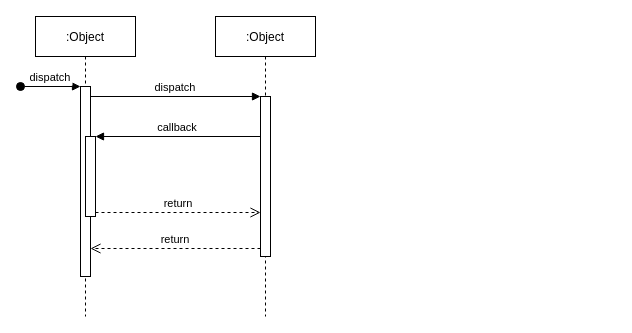
Above: 文件发送时序图.drawio in lizhanxu/document (draw.io), before the change. Source tidied: cells renumbered, new cells numbered last; positions are measured from the earlier drawing's top-left corner, leaving out a move shared by most shapes. Both pictures are drawn from the tidied source at 100%, with x=0, y=0 at pixel (20, 16).
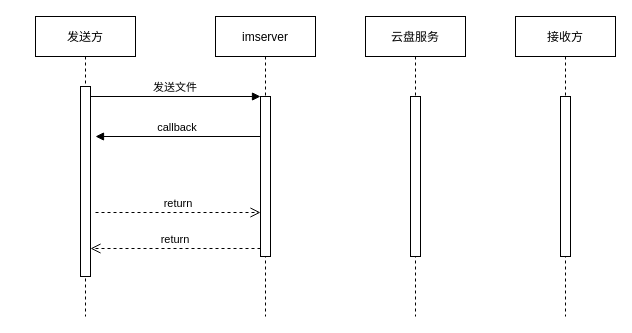
The same diagram, later.

Commit message:
更新文件发送时序图.drawio

Diff of the diagram source:
```diff
@@
 <mxGraphModel>
   <root>
     <mxCell id="0" />
     <mxCell id="1" parent="0" />
-    <mxCell id="2" value=":Object" style="shape=umlLifeline;perimeter=lifelinePerimeter;rounded=0;shadow=0;strokeWidth=1;" parent="1" vertex="1">
+    <mxCell id="2" value="发送方" style="shape=umlLifeline;perimeter=lifelinePerimeter;rounded=0;shadow=0;strokeWidth=1;" parent="1" vertex="1">
       <mxGeometry x="15" width="100" height="300" as="geometry" />
     </mxCell>
-    <mxCell id="3" style="points=[];perimeter=orthogonalPerimeter;rounded=0;shadow=0;strokeWidth=1;" parent="2" vertex="1">
+    <mxCell id="3" style="points=[];perimeter=orthogonalPerimeter;rounded=0;shadow=0;strokeWidth=1;strokeColor=default;" parent="2" vertex="1">
       <mxGeometry x="45" y="70" width="10" height="190" as="geometry" />
     </mxCell>
-    <mxCell id="4" value="dispatch" style="verticalAlign=bottom;startArrow=oval;endArrow=block;startSize=8;shadow=0;strokeWidth=1;" parent="2" edge="1" target="3">
-      <mxGeometry relative="1" as="geometry">
-        <mxPoint x="-15" y="70" as="sourcePoint" />
-      </mxGeometry>
-    </mxCell>
-    <mxCell id="5" style="points=[];perimeter=orthogonalPerimeter;rounded=0;shadow=0;strokeWidth=1;" parent="2" vertex="1">
-      <mxGeometry x="50" y="120" width="10" height="80" as="geometry" />
-    </mxCell>
-    <mxCell id="6" value=":Object" style="shape=umlLifeline;perimeter=lifelinePerimeter;rounded=0;shadow=0;strokeWidth=1;" parent="1" vertex="1">
+    <mxCell id="6" value="imserver" style="shape=umlLifeline;perimeter=lifelinePerimeter;rounded=0;shadow=0;strokeWidth=1;" parent="1" vertex="1">
       <mxGeometry x="195" width="100" height="300" as="geometry" />
     </mxCell>
     <mxCell id="7" style="points=[];perimeter=orthogonalPerimeter;rounded=0;shadow=0;strokeWidth=1;" parent="6" vertex="1">
       <mxGeometry x="45" y="80" width="10" height="160" as="geometry" />
     </mxCell>
     <mxCell id="8" value="return" style="verticalAlign=bottom;endArrow=open;dashed=1;endSize=8;exitX=0;exitY=0.95;shadow=0;strokeWidth=1;" parent="1" edge="1" source="7" target="3">
       <mxGeometry relative="1" as="geometry" />
     </mxCell>
-    <mxCell id="9" value="dispatch" style="verticalAlign=bottom;endArrow=block;entryX=0;entryY=0;shadow=0;strokeWidth=1;" parent="1" edge="1" source="3" target="7">
+    <mxCell id="9" value="发送文件" style="verticalAlign=bottom;endArrow=block;entryX=0;entryY=0;shadow=0;strokeWidth=1;" parent="1" edge="1" source="3" target="7">
       <mxGeometry relative="1" as="geometry" />
     </mxCell>
-    <mxCell id="10" value="callback" style="verticalAlign=bottom;endArrow=block;entryX=1;entryY=0;shadow=0;strokeWidth=1;" parent="1" edge="1" source="7" target="5">
-      <mxGeometry relative="1" as="geometry" />
+    <mxCell id="10" value="callback" style="verticalAlign=bottom;endArrow=block;entryX=1;entryY=0;shadow=0;strokeWidth=1;" parent="1" edge="1" source="7">
+      <mxGeometry relative="1" as="geometry">
+        <mxPoint x="75" y="120" as="targetPoint" />
+      </mxGeometry>
     </mxCell>
-    <mxCell id="11" value="return" style="verticalAlign=bottom;endArrow=open;dashed=1;endSize=8;exitX=1;exitY=0.95;shadow=0;strokeWidth=1;" parent="1" edge="1" source="5" target="7">
-      <mxGeometry relative="1" as="geometry" />
+    <mxCell id="11" value="return" style="verticalAlign=bottom;endArrow=open;dashed=1;endSize=8;exitX=1;exitY=0.95;shadow=0;strokeWidth=1;" parent="1" edge="1" target="7">
+      <mxGeometry relative="1" as="geometry">
+        <mxPoint x="75" y="196" as="sourcePoint" />
+      </mxGeometry>
     </mxCell>
+    <mxCell id="12" value="接收方" style="shape=umlLifeline;perimeter=lifelinePerimeter;rounded=0;shadow=0;strokeWidth=1;" parent="1" vertex="1">
+      <mxGeometry x="495" width="100" height="300" as="geometry" />
+    </mxCell>
+    <mxCell id="13" style="perimeter=orthogonalPerimeter;rounded=0;shadow=0;strokeWidth=1;" parent="12" vertex="1">
+      <mxGeometry x="45" y="80" width="10" height="160" as="geometry" />
+    </mxCell>
+    <mxCell id="14" value="云盘服务" style="shape=umlLifeline;perimeter=lifelinePerimeter;rounded=0;shadow=0;strokeWidth=1;" parent="1" vertex="1">
+      <mxGeometry x="345" width="100" height="300" as="geometry" />
+    </mxCell>
+    <mxCell id="15" style="perimeter=orthogonalPerimeter;rounded=0;shadow=0;strokeWidth=1;" parent="14" vertex="1">
+      <mxGeometry x="45" y="80" width="10" height="160" as="geometry" />
+    </mxCell>
   </root>
 </mxGraphModel>
```
